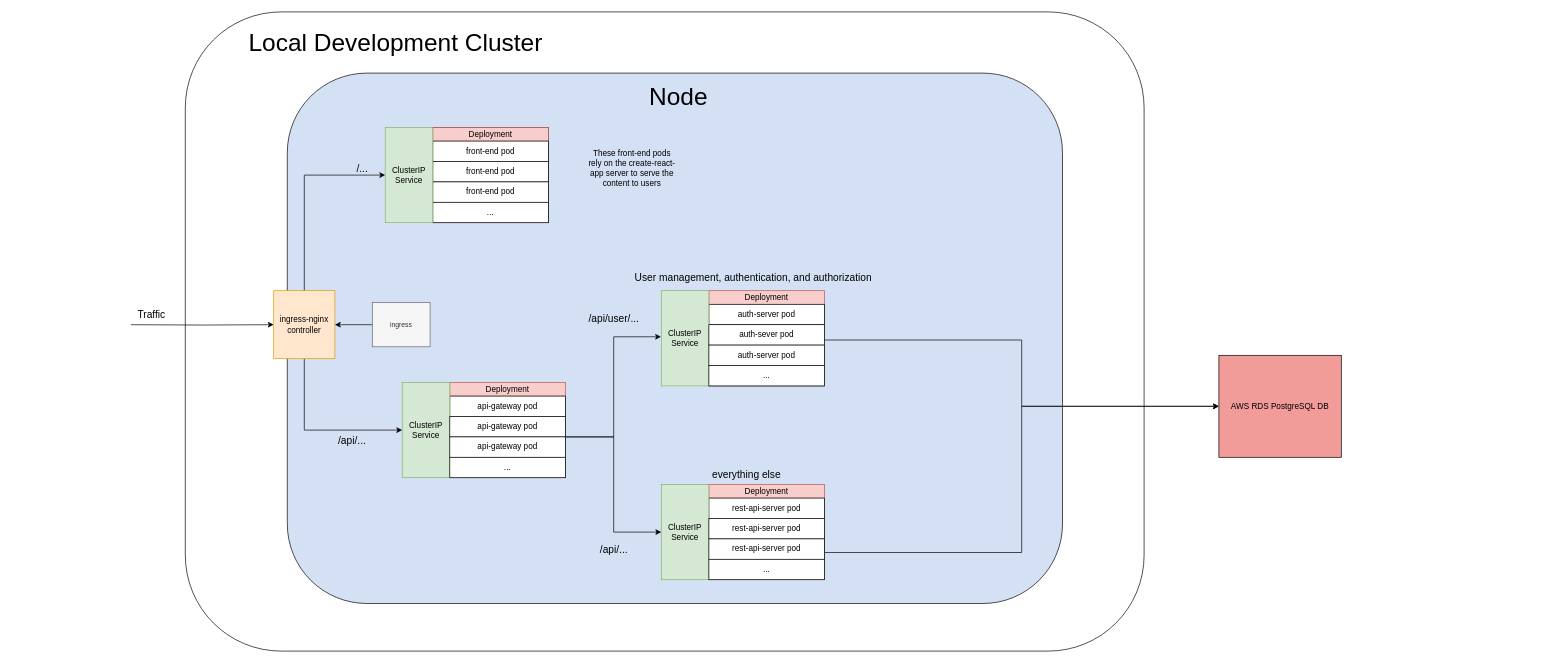
Daniel-Laufer/flashcard-app keeps this draw.io diagram as page "Page-1" (1 of 2) of planning/local_cluster_diagram.drawio. Above is the earlier version. Source tidied: cells renumbered, new cells numbered last; positions are measured from the earlier drawing's top-left corner, leaving out a move shared by most shapes. Both pictures are drawn from the tidied source at 68%, with x=0, y=0 at pixel (131, 12).
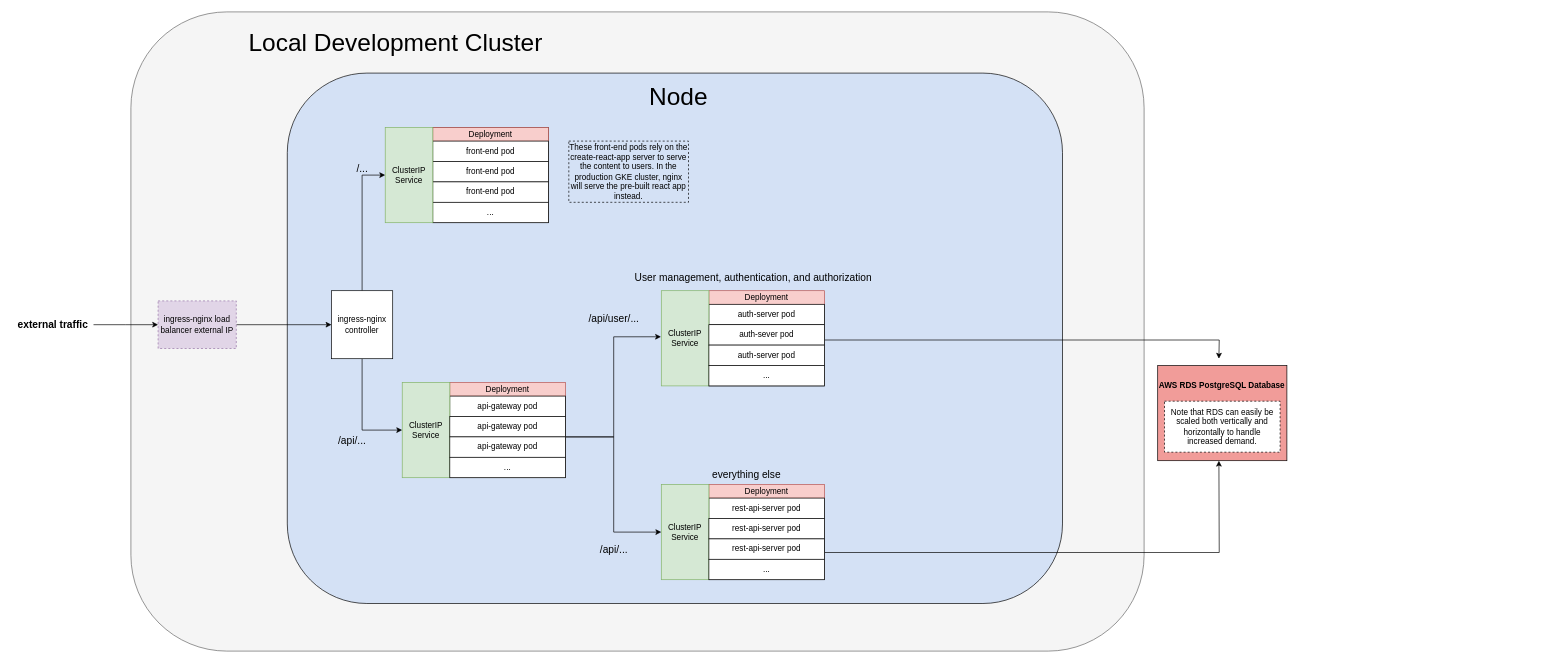
After the change.

Commit message (it also covers changes not shown here):
updated kubernetes diagrams

Unchanged cells that the change refers to:
```xml
<mxCell id="28" value="rest-api-server&amp;nbsp;pod" style="rounded=0;whiteSpace=wrap;html=1;" parent="1" vertex="1">
  <mxGeometry x="850" y="745" width="170" height="30" as="geometry" />
</mxCell>
<mxCell id="32" value="auth-sever pod" style="rounded=0;whiteSpace=wrap;html=1;" parent="1" vertex="1">
  <mxGeometry x="850" y="460" width="170" height="30" as="geometry" />
</mxCell>
```

Diff of the diagram source:
```diff
@@
-    <mxCell id="2" style="rounded=1;whiteSpace=wrap;html=1;" parent="1" vertex="1">
-      <mxGeometry x="80" width="1410" height="940" as="geometry" />
+    <mxCell id="2" style="rounded=1;whiteSpace=wrap;html=1;fillColor=#f5f5f5;strokeColor=#666666;fontColor=#333333;" parent="1" vertex="1">
+      <mxGeometry width="1490" height="940" as="geometry" />
     </mxCell>
@@
-    <mxCell id="7" value="ingress-nginx controller" style="rounded=0;whiteSpace=wrap;html=1;fillColor=#ffe6cc;strokeColor=#d79b00;" parent="1" vertex="1">
-      <mxGeometry x="210" y="410" width="90" height="100" as="geometry" />
+    <mxCell id="7" value="ingress-nginx controller" style="rounded=0;whiteSpace=wrap;html=1;" parent="1" vertex="1">
+      <mxGeometry x="295" y="410" width="90" height="100" as="geometry" />
     </mxCell>
@@
-    <mxCell id="27" style="edgeStyle=orthogonalEdgeStyle;rounded=0;jettySize=auto;html=1;exitX=1;exitY=1;exitDx=0;exitDy=0;entryX=0;entryY=0.5;entryDx=0;entryDy=0;" parent="1" edge="1" source="28" target="46">
-      <mxGeometry relative="1" as="geometry" />
+    <mxCell id="27" style="edgeStyle=orthogonalEdgeStyle;rounded=0;jettySize=auto;html=1;exitX=1;exitY=1;exitDx=0;exitDy=0;" parent="1" edge="1" source="28">
+      <mxGeometry relative="1" as="geometry">
+        <mxPoint x="1600" y="660" as="targetPoint" />
+      </mxGeometry>
     </mxCell>
@@
-    <mxCell id="31" style="edgeStyle=orthogonalEdgeStyle;rounded=0;jettySize=auto;html=1;exitX=1;exitY=0.75;exitDx=0;exitDy=0;entryX=0;entryY=0.5;entryDx=0;entryDy=0;" parent="1" edge="1" source="32" target="46">
-      <mxGeometry relative="1" as="geometry" />
+    <mxCell id="31" style="edgeStyle=orthogonalEdgeStyle;rounded=0;jettySize=auto;html=1;exitX=1;exitY=0.75;exitDx=0;exitDy=0;" parent="1" edge="1" source="32">
+      <mxGeometry relative="1" as="geometry">
+        <mxPoint x="1600" y="510" as="targetPoint" />
+      </mxGeometry>
     </mxCell>
@@
-    <mxCell id="46" value="AWS RDS PostgreSQL DB" style="rounded=0;whiteSpace=wrap;html=1;fillColor=#F19C99;" parent="1" vertex="1">
-      <mxGeometry x="1600" y="505" width="180" height="150" as="geometry" />
-    </mxCell>
@@
-    <mxCell id="49" style="edgeStyle=orthogonalEdgeStyle;rounded=0;jettySize=auto;html=1;startArrow=none;startFill=0;" parent="1" edge="1" target="7">
-      <mxGeometry relative="1" as="geometry">
-        <mxPoint y="460" as="sourcePoint" />
-      </mxGeometry>
-    </mxCell>
+    <mxCell id="54" style="edgeStyle=orthogonalEdgeStyle;rounded=0;jettySize=auto;html=1;" parent="1" edge="1" source="50">
+      <mxGeometry relative="1" as="geometry">
+        <mxPoint x="40" y="460" as="targetPoint" />
+      </mxGeometry>
+    </mxCell>
-    <mxCell id="50" value="&lt;font style=&quot;font-size: 15px&quot;&gt;Traffic&lt;/font&gt;" style="text;html=1;align=center;verticalAlign=middle;points=[];fillColor=none;strokeColor=none;rounded=0;" parent="1" vertex="1">
-      <mxGeometry y="435" width="60" height="20" as="geometry" />
+    <mxCell id="50" value="&lt;font style=&quot;font-size: 15px&quot;&gt;&lt;b&gt;external traffic&lt;/b&gt;&lt;/font&gt;" style="text;html=1;align=center;verticalAlign=middle;points=[];fillColor=none;strokeColor=none;rounded=0;" parent="1" vertex="1">
+      <mxGeometry x="-175" y="450" width="120" height="20" as="geometry" />
     </mxCell>
-    <mxCell id="51" value="These front-end pods rely on the create-react-app server to serve the content to users" style="text;html=1;strokeColor=none;fillColor=none;align=center;verticalAlign=middle;whiteSpace=wrap;rounded=0;" parent="1" vertex="1">
-      <mxGeometry x="669" y="220" width="136" height="20" as="geometry" />
+    <mxCell id="51" value="These front-end pods rely on the create-react-app server to serve the content to users. In the production GKE cluster, nginx will serve the pre-built react app instead." style="text;html=1;fillColor=none;align=center;verticalAlign=middle;whiteSpace=wrap;rounded=0;strokeColor=#000000;dashed=1;" parent="1" vertex="1">
+      <mxGeometry x="644" y="190" width="176" height="90" as="geometry" />
     </mxCell>
-    <mxCell id="52" style="edgeStyle=orthogonalEdgeStyle;rounded=0;jettySize=auto;html=1;startArrow=none;startFill=0;entryX=1;entryY=0.5;entryDx=0;entryDy=0;" parent="1" edge="1" source="53" target="7">
-      <mxGeometry relative="1" as="geometry" />
-    </mxCell>
-    <mxCell id="53" value="&lt;font style=&quot;font-size: 10px&quot;&gt;ingress&lt;/font&gt;" style="rounded=0;whiteSpace=wrap;html=1;fillColor=#f5f5f5;strokeColor=#666666;fontColor=#333333;" parent="1" vertex="1">
-      <mxGeometry x="355" y="427.5" width="85" height="65" as="geometry" />
-    </mxCell>
+    <mxCell id="55" style="edgeStyle=orthogonalEdgeStyle;rounded=0;jettySize=auto;html=1;exitX=1;exitY=0.5;exitDx=0;exitDy=0;entryX=0;entryY=0.5;entryDx=0;entryDy=0;" parent="1" edge="1" source="56" target="7">
+      <mxGeometry relative="1" as="geometry" />
+    </mxCell>
+    <mxCell id="56" value="&lt;font style=&quot;font-size: 12px&quot;&gt;ingress-nginx load balancer external IP&lt;/font&gt;" style="rounded=0;whiteSpace=wrap;html=1;dashed=1;fillColor=#e1d5e7;strokeColor=#9673a6;" parent="1" vertex="1">
+      <mxGeometry x="40" y="425" width="115" height="70" as="geometry" />
+    </mxCell>
+    <mxCell id="57" style="rounded=0;whiteSpace=wrap;html=1;fillColor=#F19C99;" parent="1" vertex="1">
+      <mxGeometry x="1510" y="520" width="190" height="140" as="geometry" />
+    </mxCell>
+    <mxCell id="58" value="&lt;span style=&quot;color: rgb(0 , 0 , 0) ; font-family: &amp;#34;helvetica&amp;#34; ; font-style: normal ; letter-spacing: normal ; text-align: center ; text-indent: 0px ; text-transform: none ; word-spacing: 0px ; display: inline ; float: none&quot;&gt;&lt;b&gt;&lt;font style=&quot;font-size: 12px&quot;&gt;AWS RDS PostgreSQL Database&lt;/font&gt;&lt;/b&gt;&lt;/span&gt;" style="text;whiteSpace=wrap;html=1;perimeterSpacing=0;fontColor=#333333;" parent="1" vertex="1">
+      <mxGeometry x="1510" y="535" width="560" height="30" as="geometry" />
+    </mxCell>
+    <mxCell id="59" value="&lt;font style=&quot;font-size: 12px&quot;&gt;Note that RDS can easily be scaled both vertically and horizontally to handle increased demand.&lt;/font&gt;" style="rounded=0;whiteSpace=wrap;html=1;dashed=1;" parent="1" vertex="1">
+      <mxGeometry x="1520" y="572.5" width="170" height="75" as="geometry" />
+    </mxCell>
```
